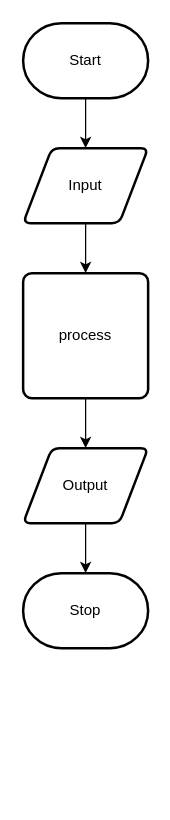
Earlier version of the draw.io diagram design/flow-chart.drawio (Timothy-Manwell/ICS2O-Unit3-02). Source tidied: cells renumbered, new cells numbered last; positions are measured from the earlier drawing's top-left corner, leaving out a move shared by most shapes. Both pictures are drawn from the tidied source at 125%, with x=0, y=0 at pixel (22, 22).
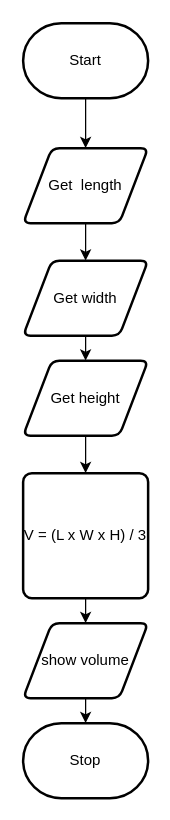
The same diagram, later.

Change to the diagram source:
```diff
@@
 <mxGraphModel>
   <root>
     <mxCell id="0" />
     <mxCell id="1" parent="0" />
     <mxCell id="2" style="edgeStyle=none;html=1;" parent="1" edge="1" source="3" target="5">
       <mxGeometry relative="1" as="geometry" />
     </mxCell>
     <mxCell id="3" value="Start" style="strokeWidth=2;html=1;shape=mxgraph.flowchart.terminator;whiteSpace=wrap;" parent="1" vertex="1">
       <mxGeometry width="100" height="60" as="geometry" />
     </mxCell>
-    <mxCell id="4" style="edgeStyle=none;html=1;" parent="1" edge="1" source="5" target="7">
-      <mxGeometry relative="1" as="geometry" />
-    </mxCell>
+    <mxCell id="11" style="edgeStyle=none;html=1;entryX=0.5;entryY=0;entryDx=0;entryDy=0;" parent="1" edge="1" source="5" target="13">
+      <mxGeometry relative="1" as="geometry" />
+    </mxCell>
-    <mxCell id="5" value="Input" style="shape=parallelogram;html=1;strokeWidth=2;perimeter=parallelogramPerimeter;whiteSpace=wrap;rounded=1;arcSize=12;size=0.23;" parent="1" vertex="1">
+    <mxCell id="5" value="Get&amp;nbsp; length" style="shape=parallelogram;html=1;strokeWidth=2;perimeter=parallelogramPerimeter;whiteSpace=wrap;rounded=1;arcSize=12;size=0.23;" parent="1" vertex="1">
       <mxGeometry y="100" width="100" height="60" as="geometry" />
     </mxCell>
     <mxCell id="6" style="edgeStyle=none;html=1;" parent="1" edge="1" source="7" target="9">
       <mxGeometry relative="1" as="geometry" />
     </mxCell>
-    <mxCell id="7" value="process" style="rounded=1;whiteSpace=wrap;html=1;absoluteArcSize=1;arcSize=14;strokeWidth=2;" parent="1" vertex="1">
-      <mxGeometry y="200" width="100" height="100" as="geometry" />
+    <mxCell id="7" value="V = (L x W x H) / 3" style="rounded=1;whiteSpace=wrap;html=1;absoluteArcSize=1;arcSize=14;strokeWidth=2;" parent="1" vertex="1">
+      <mxGeometry y="360" width="100" height="100" as="geometry" />
     </mxCell>
     <mxCell id="8" style="edgeStyle=none;html=1;" parent="1" edge="1" source="9" target="10">
       <mxGeometry relative="1" as="geometry" />
     </mxCell>
-    <mxCell id="9" value="Output" style="shape=parallelogram;html=1;strokeWidth=2;perimeter=parallelogramPerimeter;whiteSpace=wrap;rounded=1;arcSize=12;size=0.23;" parent="1" vertex="1">
-      <mxGeometry y="340" width="100" height="60" as="geometry" />
+    <mxCell id="9" value="show volume" style="shape=parallelogram;html=1;strokeWidth=2;perimeter=parallelogramPerimeter;whiteSpace=wrap;rounded=1;arcSize=12;size=0.23;" parent="1" vertex="1">
+      <mxGeometry y="480" width="100" height="60" as="geometry" />
     </mxCell>
     <mxCell id="10" value="Stop" style="strokeWidth=2;html=1;shape=mxgraph.flowchart.terminator;whiteSpace=wrap;" parent="1" vertex="1">
-      <mxGeometry y="440" width="100" height="60" as="geometry" />
+      <mxGeometry y="560" width="100" height="60" as="geometry" />
     </mxCell>
+    <mxCell id="12" style="edgeStyle=none;html=1;entryX=0.5;entryY=0;entryDx=0;entryDy=0;" parent="1" edge="1" source="13" target="15">
+      <mxGeometry relative="1" as="geometry" />
+    </mxCell>
+    <mxCell id="13" value="Get width" style="shape=parallelogram;html=1;strokeWidth=2;perimeter=parallelogramPerimeter;whiteSpace=wrap;rounded=1;arcSize=12;size=0.23;" parent="1" vertex="1">
+      <mxGeometry y="190" width="100" height="60" as="geometry" />
+    </mxCell>
+    <mxCell id="14" style="edgeStyle=none;html=1;entryX=0.5;entryY=0;entryDx=0;entryDy=0;" parent="1" edge="1" source="15" target="7">
+      <mxGeometry relative="1" as="geometry" />
+    </mxCell>
+    <mxCell id="15" value="Get height" style="shape=parallelogram;html=1;strokeWidth=2;perimeter=parallelogramPerimeter;whiteSpace=wrap;rounded=1;arcSize=12;size=0.23;" parent="1" vertex="1">
+      <mxGeometry y="270" width="100" height="60" as="geometry" />
+    </mxCell>
   </root>
 </mxGraphModel>
```
